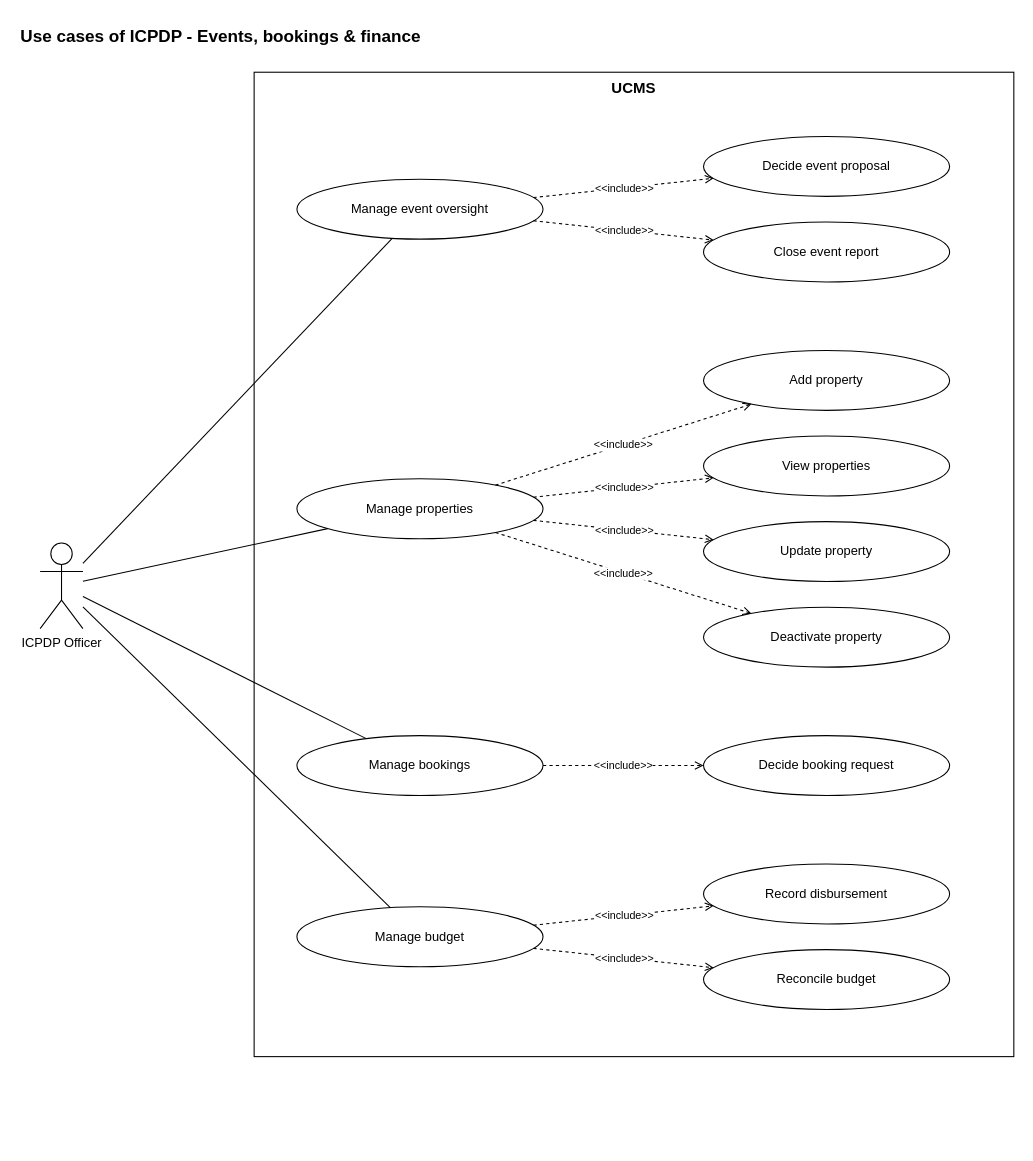
Earlier version of the draw.io diagram page "ICPDP 2 - Events, bookings & finance" (8 of 9) of docs/03-diagrams/UCMS_UseCase_ByActor.drawio (nvdekay/ClubManagementSystem). Source tidied: cells renumbered, new cells numbered last; positions are measured from the earlier drawing's top-left corner, leaving out a move shared by most shapes. Both pictures are drawn from the tidied source at 107%, with x=0, y=0 at pixel (18, 18).
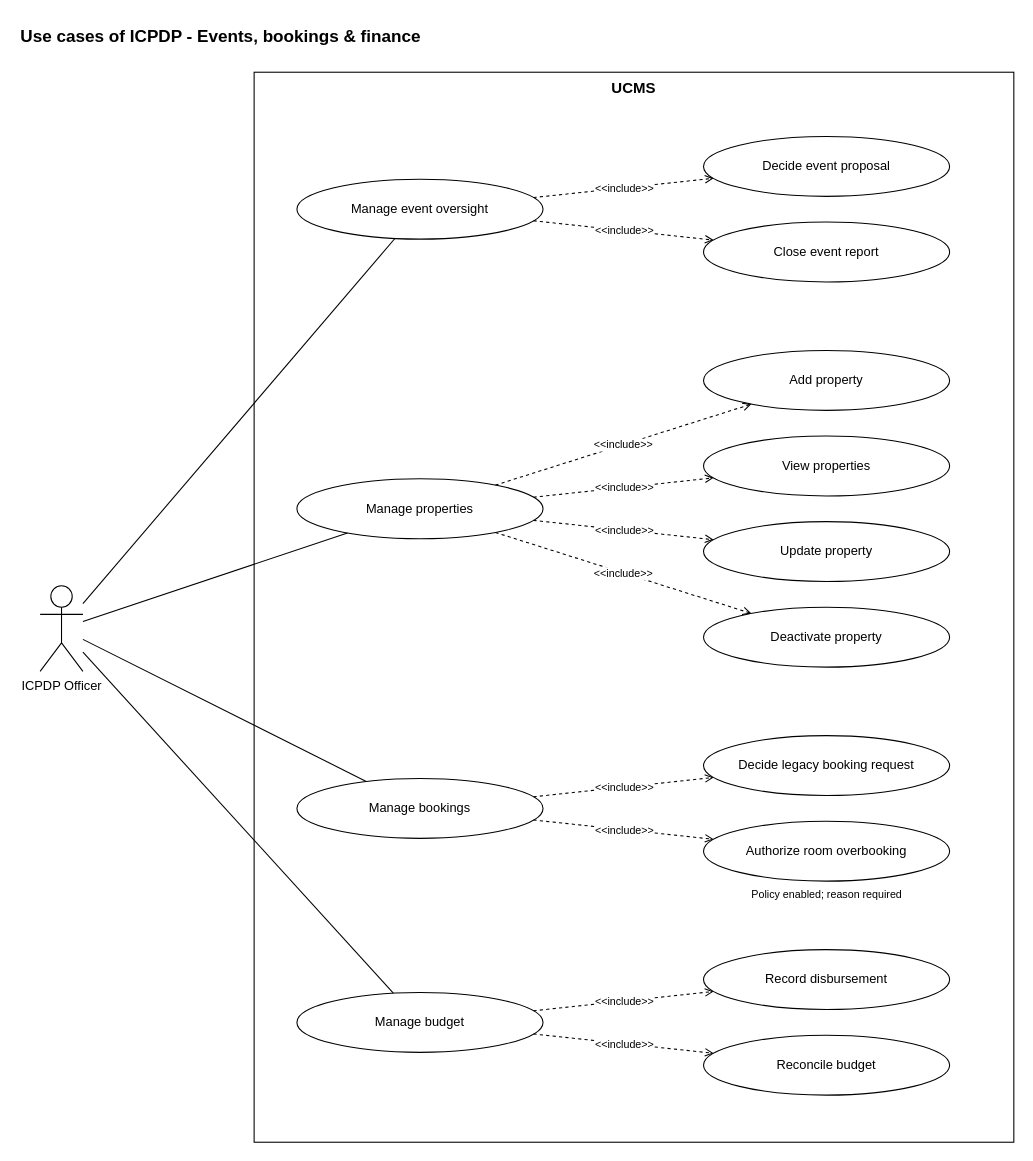
After the change.

What changed in the source:
```diff
@@
     <mxCell id="3" value="UCMS" style="rounded=0;whiteSpace=wrap;html=1;fillColor=none;strokeColor=#000000;verticalAlign=top;fontStyle=1;fontSize=14;" parent="1" vertex="1">
-      <mxGeometry x="220" y="50" width="710" height="920" as="geometry" />
+      <mxGeometry x="220" y="50" width="710" height="1000" as="geometry" />
     </mxCell>
     <mxCell id="4" value="ICPDP Officer" style="shape=umlActor;verticalLabelPosition=bottom;verticalAlign=top;html=1;outlineConnect=0;fillColor=#ffffff;strokeColor=#000000;" parent="1" vertex="1">
-      <mxGeometry x="20" y="490" width="40" height="80" as="geometry" />
+      <mxGeometry x="20" y="530" width="40" height="80" as="geometry" />
     </mxCell>
@@
     <mxCell id="21" value="Manage bookings" style="ellipse;whiteSpace=wrap;html=1;fillColor=#ffffff;strokeColor=#000000;fontSize=12;" parent="1" vertex="1">
-      <mxGeometry x="260" y="670" width="230" height="56" as="geometry" />
+      <mxGeometry x="260" y="710" width="230" height="56" as="geometry" />
     </mxCell>
@@
-    <mxCell id="23" value="Decide booking request" style="ellipse;whiteSpace=wrap;html=1;fillColor=#ffffff;strokeColor=#000000;fontSize=12;" parent="1" vertex="1">
+    <mxCell id="23" value="Decide legacy booking request" style="ellipse;whiteSpace=wrap;html=1;fillColor=#ffffff;strokeColor=#000000;fontSize=12;" parent="1" vertex="1">
       <mxGeometry x="640" y="670" width="230" height="56" as="geometry" />
     </mxCell>
@@
     <mxCell id="25" value="Manage budget" style="ellipse;whiteSpace=wrap;html=1;fillColor=#ffffff;strokeColor=#000000;fontSize=12;" parent="1" vertex="1">
-      <mxGeometry x="260" y="830" width="230" height="56" as="geometry" />
+      <mxGeometry x="260" y="910" width="230" height="56" as="geometry" />
     </mxCell>
@@
     <mxCell id="27" value="Record disbursement" style="ellipse;whiteSpace=wrap;html=1;fillColor=#ffffff;strokeColor=#000000;fontSize=12;" parent="1" vertex="1">
-      <mxGeometry x="640" y="790" width="230" height="56" as="geometry" />
+      <mxGeometry x="640" y="870" width="230" height="56" as="geometry" />
     </mxCell>
@@
     <mxCell id="29" value="Reconcile budget" style="ellipse;whiteSpace=wrap;html=1;fillColor=#ffffff;strokeColor=#000000;fontSize=12;" parent="1" vertex="1">
-      <mxGeometry x="640" y="870" width="230" height="56" as="geometry" />
+      <mxGeometry x="640" y="950" width="230" height="56" as="geometry" />
     </mxCell>
@@
+    <mxCell id="31" value="Authorize room overbooking" style="ellipse;whiteSpace=wrap;html=1;fillColor=#ffffff;strokeColor=#000000;fontSize=12;" parent="1" vertex="1">
+      <mxGeometry x="640" y="750" width="230" height="56" as="geometry" />
+    </mxCell>
+    <mxCell id="32" value="&amp;lt;&amp;lt;include&amp;gt;&amp;gt;" style="endArrow=open;dashed=1;html=1;strokeColor=#000000;fontSize=10;labelBackgroundColor=#ffffff;" parent="1" edge="1" source="21" target="31">
+      <mxGeometry relative="1" as="geometry" />
+    </mxCell>
+    <mxCell id="33" value="Policy enabled; reason required" style="text;html=1;align=center;fontSize=10;" parent="1" vertex="1">
+      <mxGeometry x="640" y="806" width="230" height="20" as="geometry" />
+    </mxCell>
```
